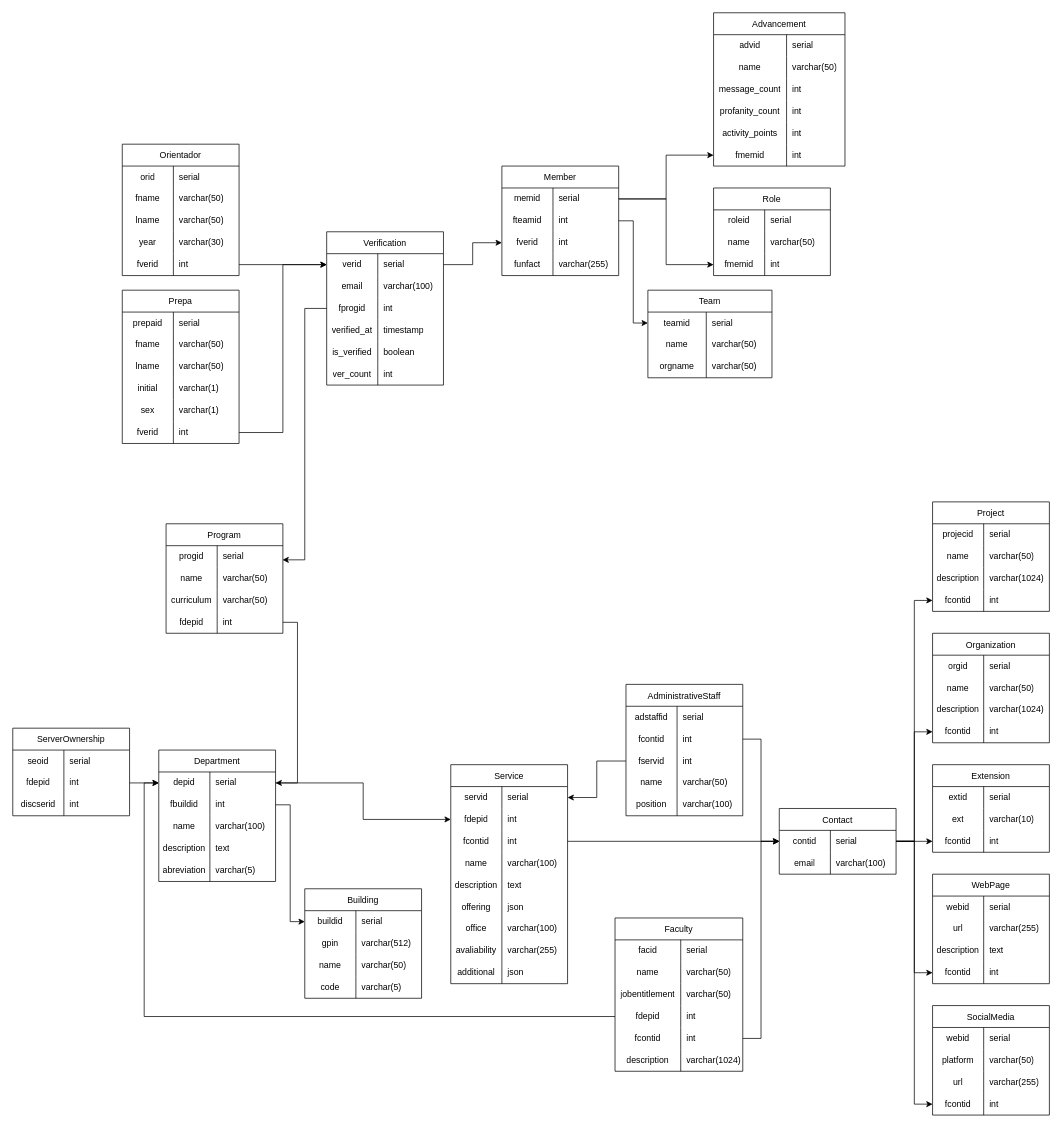
The draw.io diagram schema/Untitled Diagram.drawio in AlfredoSoto1/BotOrientador, before the edit. Source tidied: cells renumbered, new cells numbered last; positions are measured from the earlier drawing's top-left corner, leaving out a move shared by most shapes. Both pictures are drawn from the tidied source at 73%, with x=0, y=0 at pixel (12, 12).
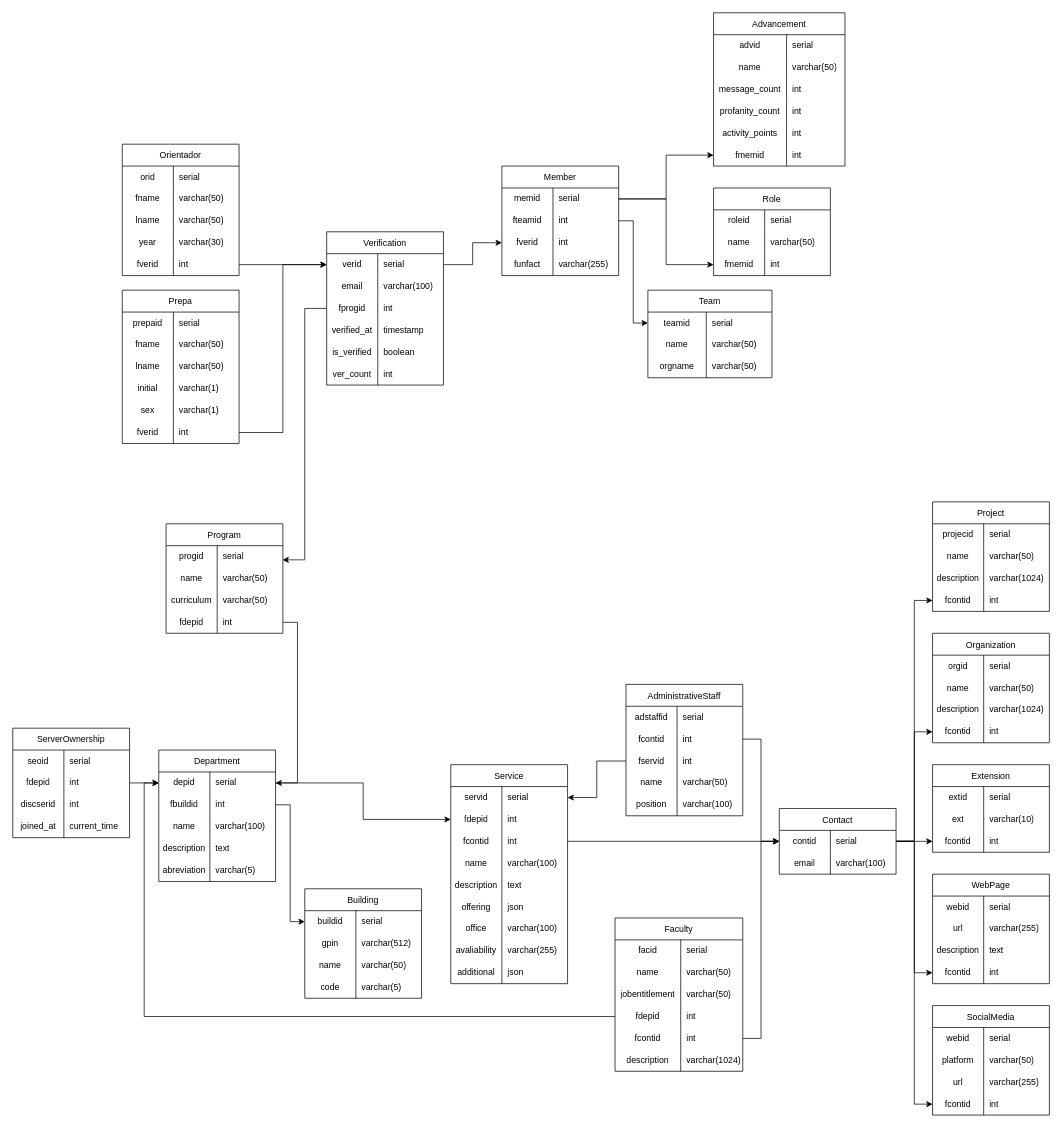
Above is the later version.

The edit, as a diff of the source:
```diff
@@
     <mxCell id="231" value="ServerOwnership" style="shape=table;startSize=30;childLayout=tableLayout;rowLines=0;fontStyle=0;strokeColor=default;fontSize=12;" parent="1" vertex="1">
-      <mxGeometry y="980" width="160" height="120" as="geometry" />
+      <mxGeometry y="980" width="160" height="150" as="geometry" />
     </mxCell>
@@
+    <mxCell id="314" style="shape=tableRow;horizontal=0;startSize=0;swimlaneHead=0;swimlaneBody=0;top=0;left=0;bottom=0;right=0;fillColor=none;strokeColor=inherit;fontSize=12;" parent="231" vertex="1">
+      <mxGeometry y="120" width="160" height="30" as="geometry" />
+    </mxCell>
+    <mxCell id="315" value="joined_at" style="shape=partialRectangle;html=1;whiteSpace=wrap;fillColor=none;top=0;left=0;bottom=0;right=0;overflow=hidden;strokeColor=inherit;fontSize=12;" parent="314" vertex="1">
+      <mxGeometry width="70" height="30" as="geometry" />
+    </mxCell>
+    <mxCell id="316" value="current_time" style="shape=partialRectangle;html=1;whiteSpace=wrap;fillColor=none;top=0;left=0;bottom=0;right=0;align=left;spacingLeft=6;overflow=hidden;strokeColor=inherit;fontSize=12;" parent="314" vertex="1">
+      <mxGeometry x="70" width="90" height="30" as="geometry" />
+    </mxCell>
```
